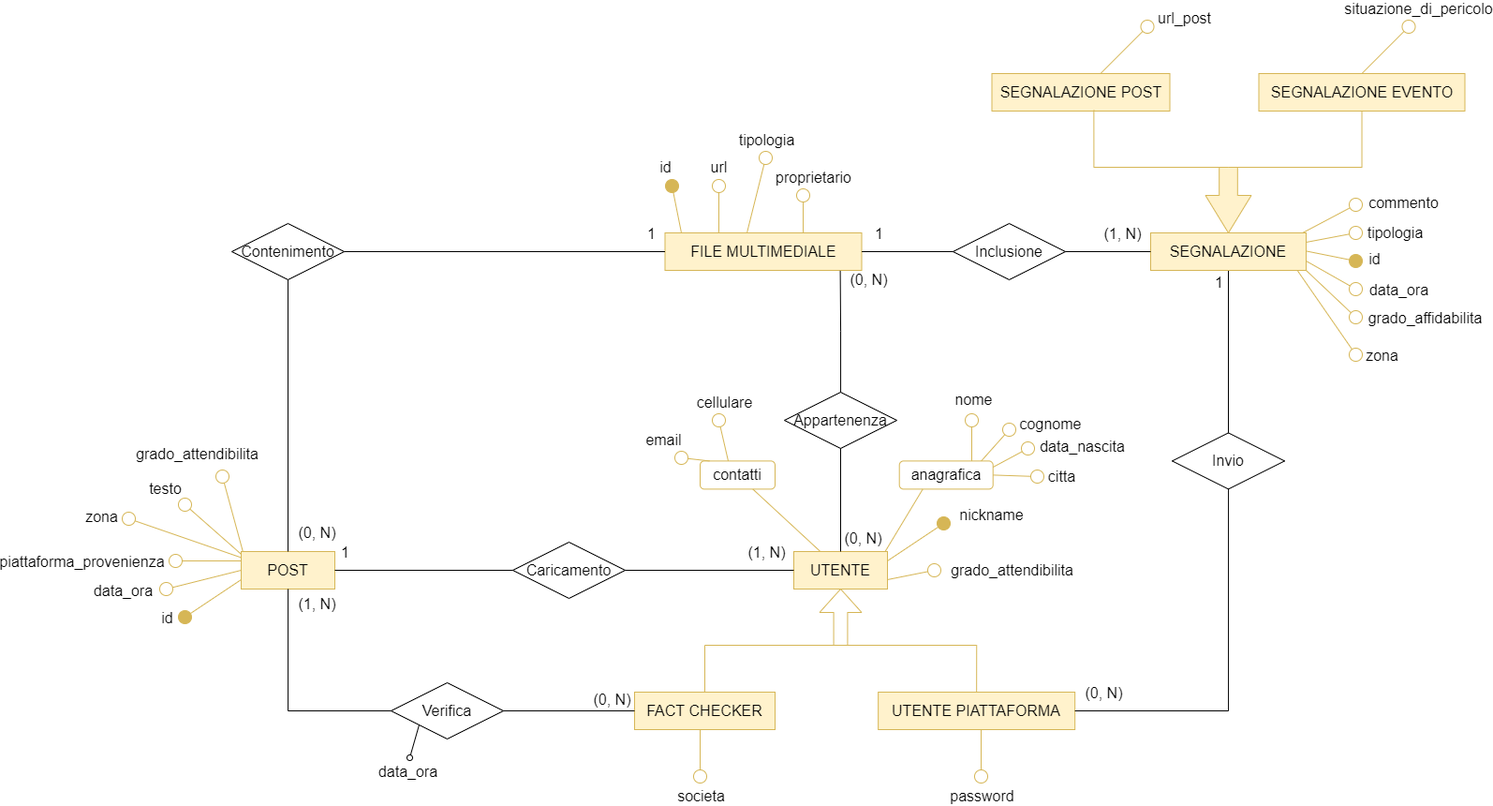
Before: diagrammi e-r/Diag. Social network.png, a diagram exported from draw.io (faffolao/ProgettoBD2022). Source tidied: cells renumbered, new cells last; positions are measured from the earlier drawing's top-left corner, leaving out a move shared by most shapes.
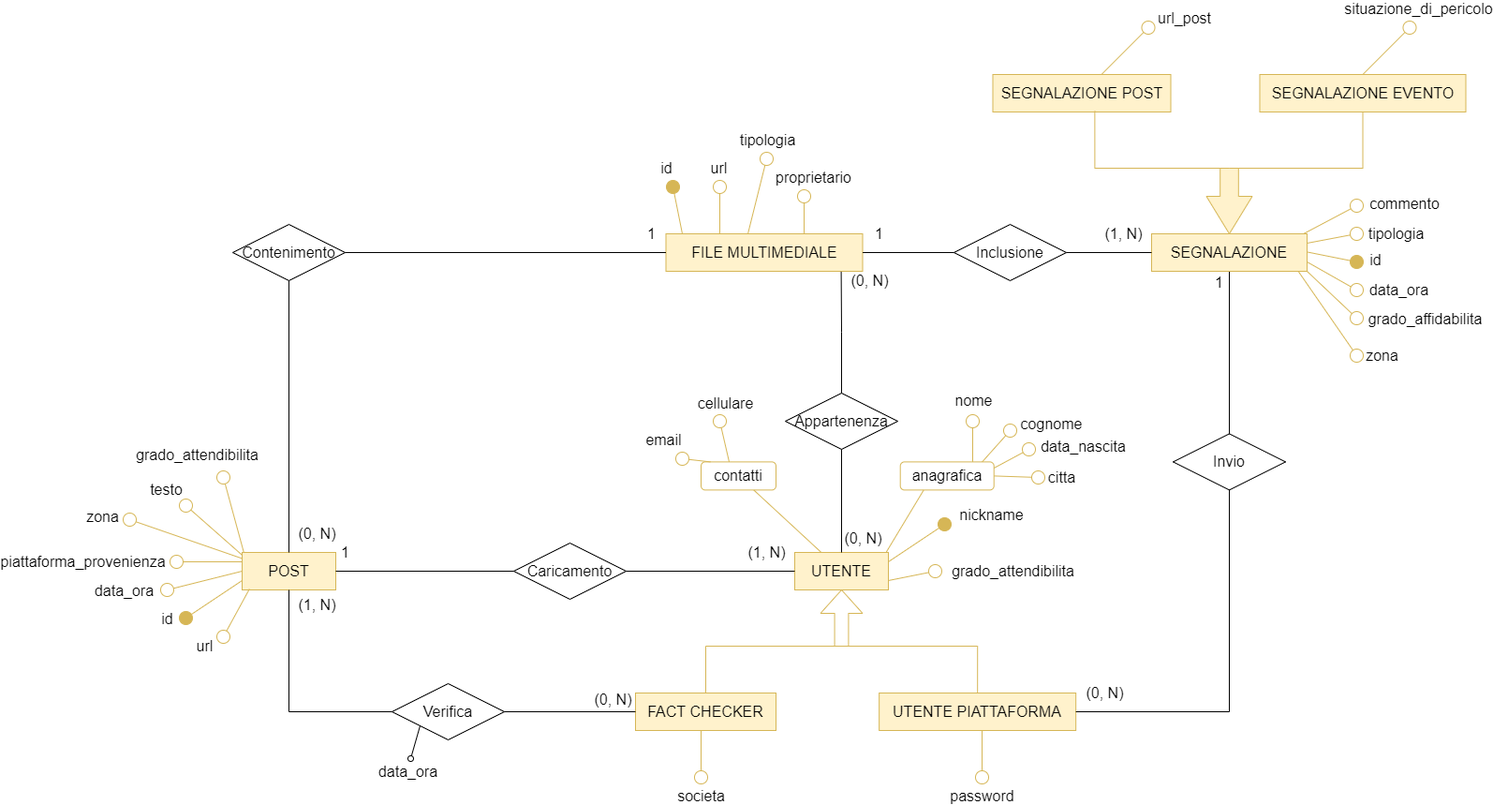
Later version of the same file.

What changed in the source:
```diff
@@ -491,5 +491,15 @@
         <mxPoint x="-7" y="14" as="offset" />
       </mxGeometry>
     </mxCell>
+    <mxCell id="107" style="endArrow=oval;html=1;rounded=0;strokeColor=#d6b656;strokeWidth=1;fontSize=12;startSize=14;endSize=14;endFill=0;fillColor=#fff2cc;exitX=0.078;exitY=0.976;exitDx=0;exitDy=0;exitPerimeter=0;" parent="1" edge="1" source="31">
+      <mxGeometry relative="1" as="geometry">
+        <mxPoint x="100" y="650" as="targetPoint" />
+      </mxGeometry>
+    </mxCell>
+    <mxCell id="108" value="url" style="edgeLabel;html=1;align=center;verticalAlign=middle;fontSize=16;" parent="107" vertex="1">
+      <mxGeometry x="0.42" y="2" relative="1" as="geometry">
+        <mxPoint x="-30" y="24" as="offset" />
+      </mxGeometry>
+    </mxCell>
   </root>
 </mxGraphModel>
```
